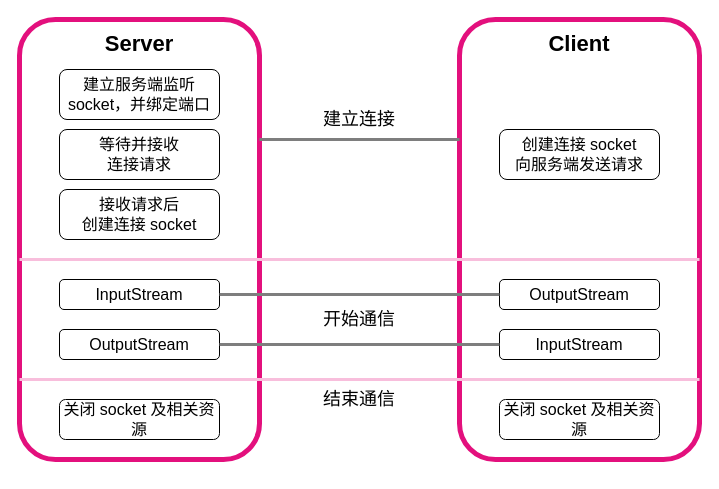
Before: homework/src/main/resources/Socket 通信原理.drawio in YufuMxl/geek_java_practise, a draw.io diagram. Source tidied: cells renumbered, new cells numbered last; positions are measured from the earlier drawing's top-left corner, leaving out a move shared by most shapes. Both pictures are drawn from the tidied source at 100%, with x=0, y=0 at pixel (19, 19).
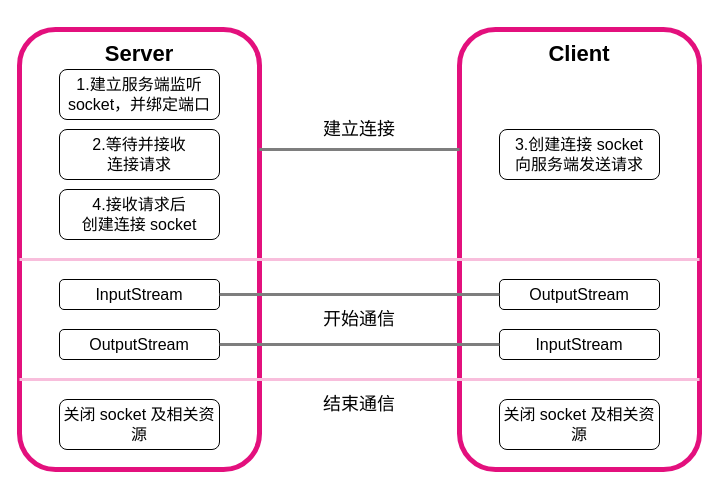
The same diagram, later.

Commit message:
更新Socket 通信原理.drawio

The edit, as a diff of the source:
```diff
@@
     <mxCell id="2" style="rounded=1;whiteSpace=wrap;html=1;strokeWidth=5;fillColor=none;strokeColor=#E3107D;" parent="1" vertex="1">
-      <mxGeometry width="240" height="440" as="geometry" />
+      <mxGeometry y="10" width="240" height="440" as="geometry" />
     </mxCell>
     <mxCell id="3" style="rounded=1;whiteSpace=wrap;html=1;strokeWidth=5;fillColor=none;strokeColor=#E3107D;" parent="1" vertex="1">
-      <mxGeometry x="440" width="240" height="440" as="geometry" />
+      <mxGeometry x="440" y="10" width="240" height="440" as="geometry" />
     </mxCell>
@@
     <mxCell id="6" value="Server" style="text;html=1;strokeColor=none;fillColor=none;align=center;verticalAlign=middle;whiteSpace=wrap;rounded=0;strokeWidth=5;fontSize=22;fontStyle=1;" parent="1" vertex="1">
-      <mxGeometry x="90" y="10" width="60" height="30" as="geometry" />
+      <mxGeometry x="90" y="20" width="60" height="30" as="geometry" />
     </mxCell>
     <mxCell id="7" value="&lt;div&gt;Client&lt;/div&gt;" style="text;html=1;strokeColor=none;fillColor=none;align=center;verticalAlign=middle;whiteSpace=wrap;rounded=0;strokeWidth=5;fontSize=22;fontStyle=1;" parent="1" vertex="1">
-      <mxGeometry x="530" y="10" width="60" height="30" as="geometry" />
+      <mxGeometry x="530" y="20" width="60" height="30" as="geometry" />
     </mxCell>
     <mxCell id="8" style="endArrow=none;html=1;rounded=0;strokeColor=#7E7E7E;strokeWidth=3;fontSize=22;" parent="1" edge="1">
       <mxGeometry relative="1" as="geometry">
-        <mxPoint x="240" y="120" as="sourcePoint" />
-        <mxPoint x="440" y="120" as="targetPoint" />
+        <mxPoint x="240" y="130" as="sourcePoint" />
+        <mxPoint x="440" y="130" as="targetPoint" />
       </mxGeometry>
     </mxCell>
     <mxCell id="9" value="结束通信" style="text;html=1;strokeColor=none;fillColor=none;align=center;verticalAlign=middle;whiteSpace=wrap;rounded=0;strokeWidth=5;fontSize=18;fontStyle=0;" parent="1" vertex="1">
-      <mxGeometry x="300" y="365" width="80" height="30" as="geometry" />
+      <mxGeometry x="300" y="370" width="80" height="30" as="geometry" />
     </mxCell>
     <mxCell id="10" value="建立连接" style="text;html=1;strokeColor=none;fillColor=none;align=center;verticalAlign=middle;whiteSpace=wrap;rounded=0;strokeWidth=5;fontSize=18;fontStyle=0;" parent="1" vertex="1">
-      <mxGeometry x="300" y="85" width="80" height="30" as="geometry" />
+      <mxGeometry x="300" y="95" width="80" height="30" as="geometry" />
     </mxCell>
-    <mxCell id="11" value="&lt;div style=&quot;font-size: 16px;&quot;&gt;建立服务端监听 socket，并绑定端口&lt;br style=&quot;font-size: 16px;&quot;&gt;&lt;/div&gt;" style="rounded=1;whiteSpace=wrap;html=1;strokeWidth=1;fontSize=16;fontStyle=0;" parent="1" vertex="1">
+    <mxCell id="11" value="&lt;div style=&quot;font-size: 16px;&quot;&gt;1.建立服务端监听 socket，并绑定端口&lt;br style=&quot;font-size: 16px;&quot;&gt;&lt;/div&gt;" style="rounded=1;whiteSpace=wrap;html=1;strokeWidth=1;fontSize=16;fontStyle=0;" parent="1" vertex="1">
       <mxGeometry x="40" y="50" width="160" height="50" as="geometry" />
     </mxCell>
-    <mxCell id="12" value="&lt;div style=&quot;font-size: 16px;&quot;&gt;等待并接收&lt;/div&gt;&lt;div style=&quot;font-size: 16px;&quot;&gt;连接请求&lt;br style=&quot;font-size: 16px;&quot;&gt;&lt;/div&gt;" style="rounded=1;whiteSpace=wrap;html=1;strokeWidth=1;fontSize=16;" parent="1" vertex="1">
+    <mxCell id="12" value="&lt;div style=&quot;font-size: 16px;&quot;&gt;2.等待并接收&lt;/div&gt;&lt;div style=&quot;font-size: 16px;&quot;&gt;连接请求&lt;br style=&quot;font-size: 16px;&quot;&gt;&lt;/div&gt;" style="rounded=1;whiteSpace=wrap;html=1;strokeWidth=1;fontSize=16;" parent="1" vertex="1">
       <mxGeometry x="40" y="110" width="160" height="50" as="geometry" />
     </mxCell>
-    <mxCell id="13" value="&lt;div style=&quot;font-size: 16px;&quot;&gt;接收请求后&lt;/div&gt;&lt;div style=&quot;font-size: 16px;&quot;&gt;创建连接 socket&lt;br style=&quot;font-size: 16px;&quot;&gt;&lt;/div&gt;" style="rounded=1;whiteSpace=wrap;html=1;strokeWidth=1;fontSize=16;" parent="1" vertex="1">
+    <mxCell id="13" value="&lt;div style=&quot;font-size: 16px;&quot;&gt;4.接收请求后&lt;/div&gt;&lt;div style=&quot;font-size: 16px;&quot;&gt;创建连接 socket&lt;br style=&quot;font-size: 16px;&quot;&gt;&lt;/div&gt;" style="rounded=1;whiteSpace=wrap;html=1;strokeWidth=1;fontSize=16;" parent="1" vertex="1">
       <mxGeometry x="40" y="170" width="160" height="50" as="geometry" />
     </mxCell>
@@
-    <mxCell id="18" value="&lt;div style=&quot;font-size: 16px;&quot;&gt;创建连接 socket&lt;/div&gt;&lt;div style=&quot;font-size: 16px;&quot;&gt;向服务端发送请求&lt;/div&gt;" style="rounded=1;whiteSpace=wrap;html=1;strokeWidth=1;fontSize=16;" parent="1" vertex="1">
+    <mxCell id="18" value="&lt;div style=&quot;font-size: 16px;&quot;&gt;3.创建连接 socket&lt;/div&gt;&lt;div style=&quot;font-size: 16px;&quot;&gt;向服务端发送请求&lt;/div&gt;" style="rounded=1;whiteSpace=wrap;html=1;strokeWidth=1;fontSize=16;" parent="1" vertex="1">
       <mxGeometry x="480" y="110" width="160" height="50" as="geometry" />
     </mxCell>
     <mxCell id="19" value="关闭 socket 及相关资源" style="rounded=1;whiteSpace=wrap;html=1;strokeWidth=1;fontSize=16;" parent="1" vertex="1">
-      <mxGeometry x="40" y="380" width="160" height="40" as="geometry" />
+      <mxGeometry x="40" y="380" width="160" height="50" as="geometry" />
     </mxCell>
     <mxCell id="20" value="关闭 socket 及相关资源" style="rounded=1;whiteSpace=wrap;html=1;strokeWidth=1;fontSize=16;" parent="1" vertex="1">
-      <mxGeometry x="480" y="380" width="160" height="40" as="geometry" />
+      <mxGeometry x="480" y="380" width="160" height="50" as="geometry" />
     </mxCell>
```
